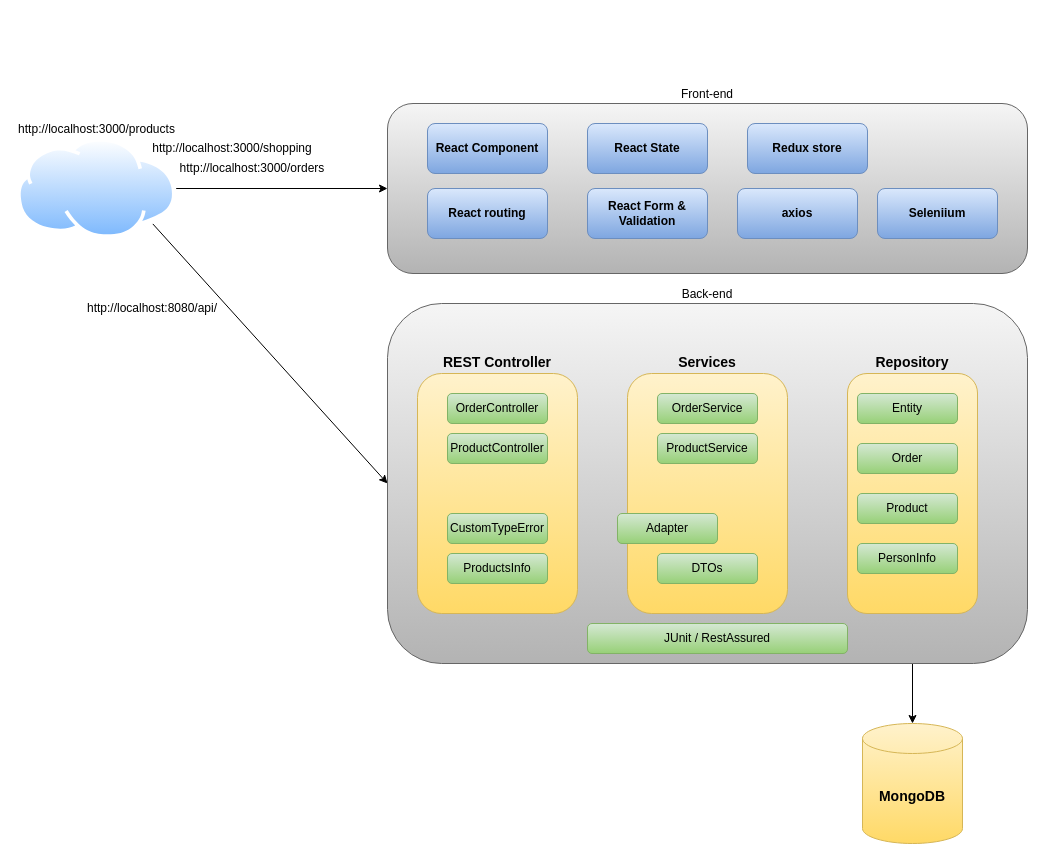
Above: page "backend" (2 of 3) of Design.drawio in StevenNguyenUIT/WebStoreApplication (draw.io), before the change. Source tidied: cells renumbered, new cells numbered last; positions are measured from the earlier drawing's top-left corner, leaving out a move shared by most shapes. Both pictures are drawn from the tidied source at 100%, with x=0, y=0 at pixel (17, 103).
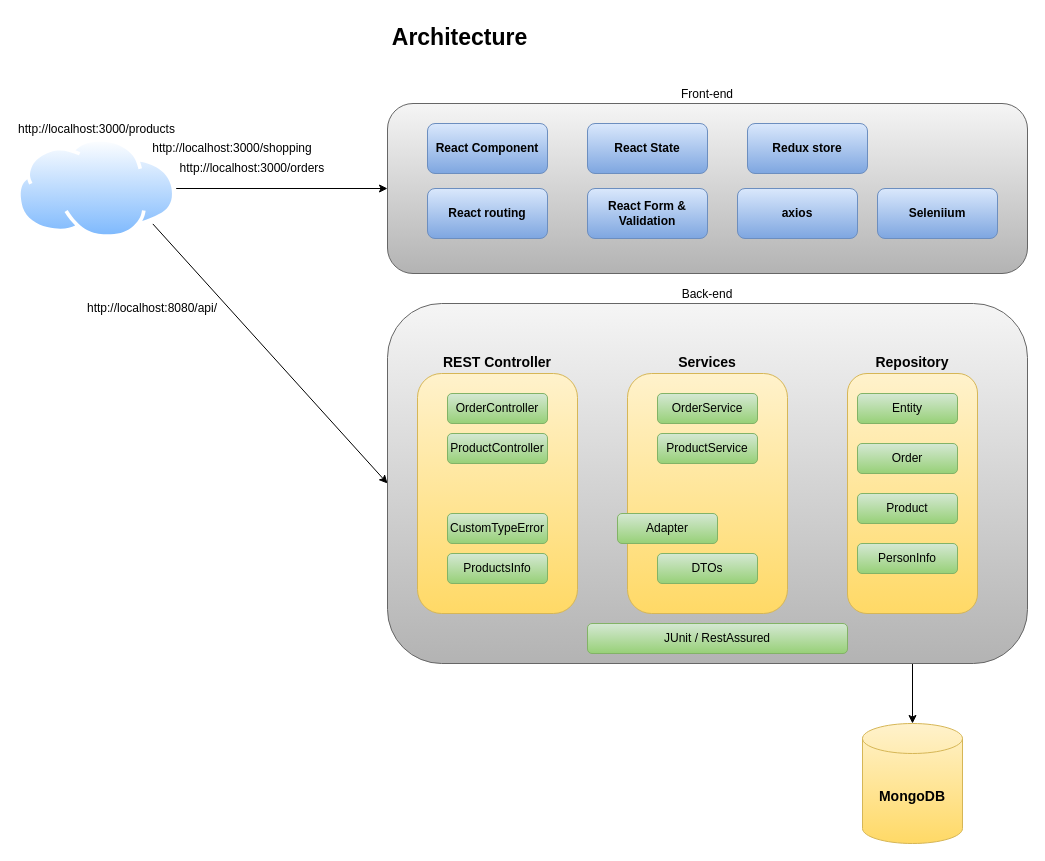
Above is the later version.

Commit message (it also covers changes not shown here):
Upload DESIGN & ARCHITECTURE doc

Diff of the diagram source:
```diff
@@
+    <mxCell id="35" value="Architecture" style="text;html=1;align=center;verticalAlign=middle;strokeColor=none;fillColor=none;fontSize=23;fontStyle=1;" parent="1" vertex="1">
+      <mxGeometry x="365" y="-86" width="153" height="40" as="geometry" />
+    </mxCell>
```
